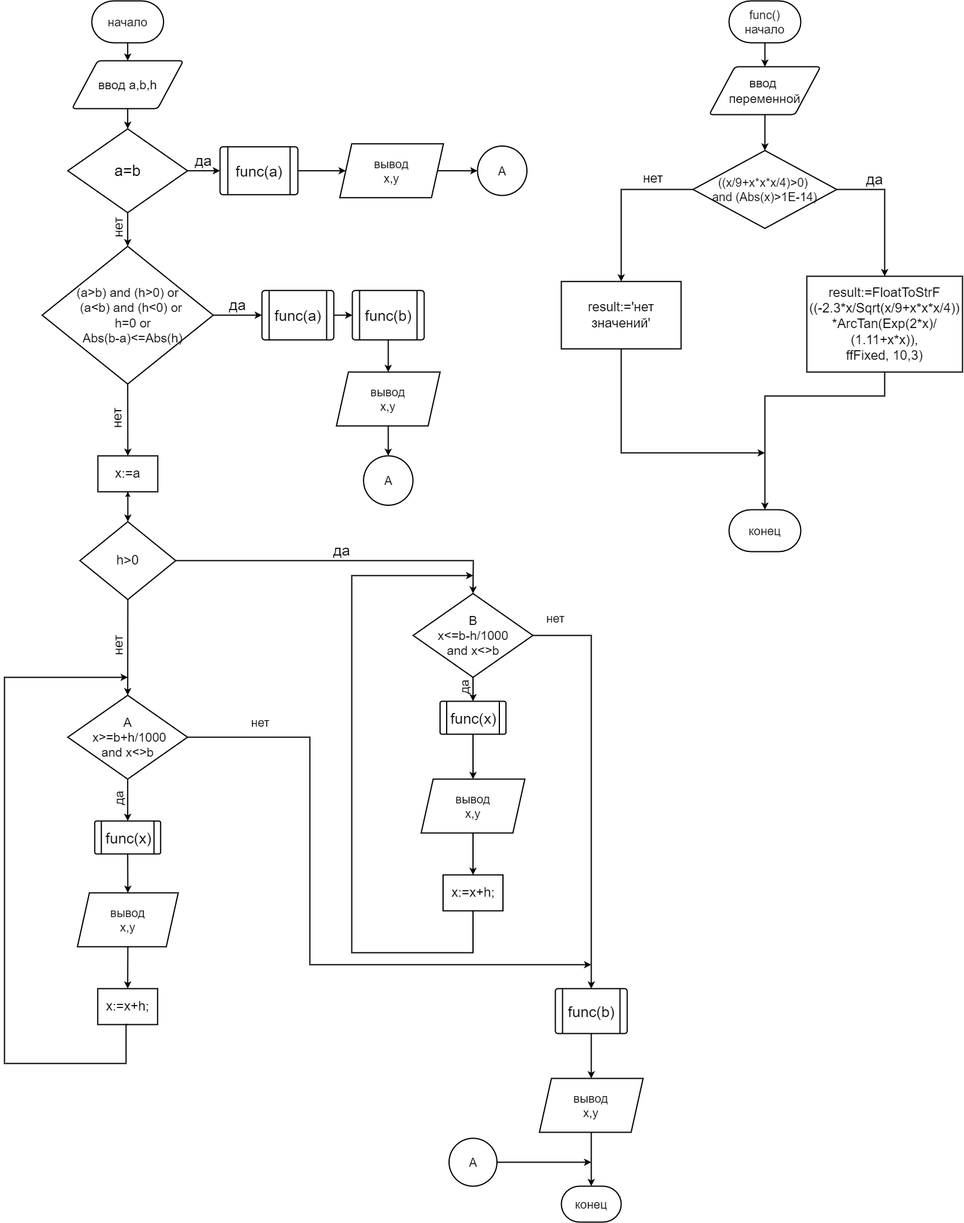
The draw.io diagram lab-1png.drawio.png in MarkOstapchuk/lab-1, before a commit. Source tidied: cells renumbered, new cells last; positions are measured from the earlier drawing's top-left corner, leaving out a move shared by most shapes.
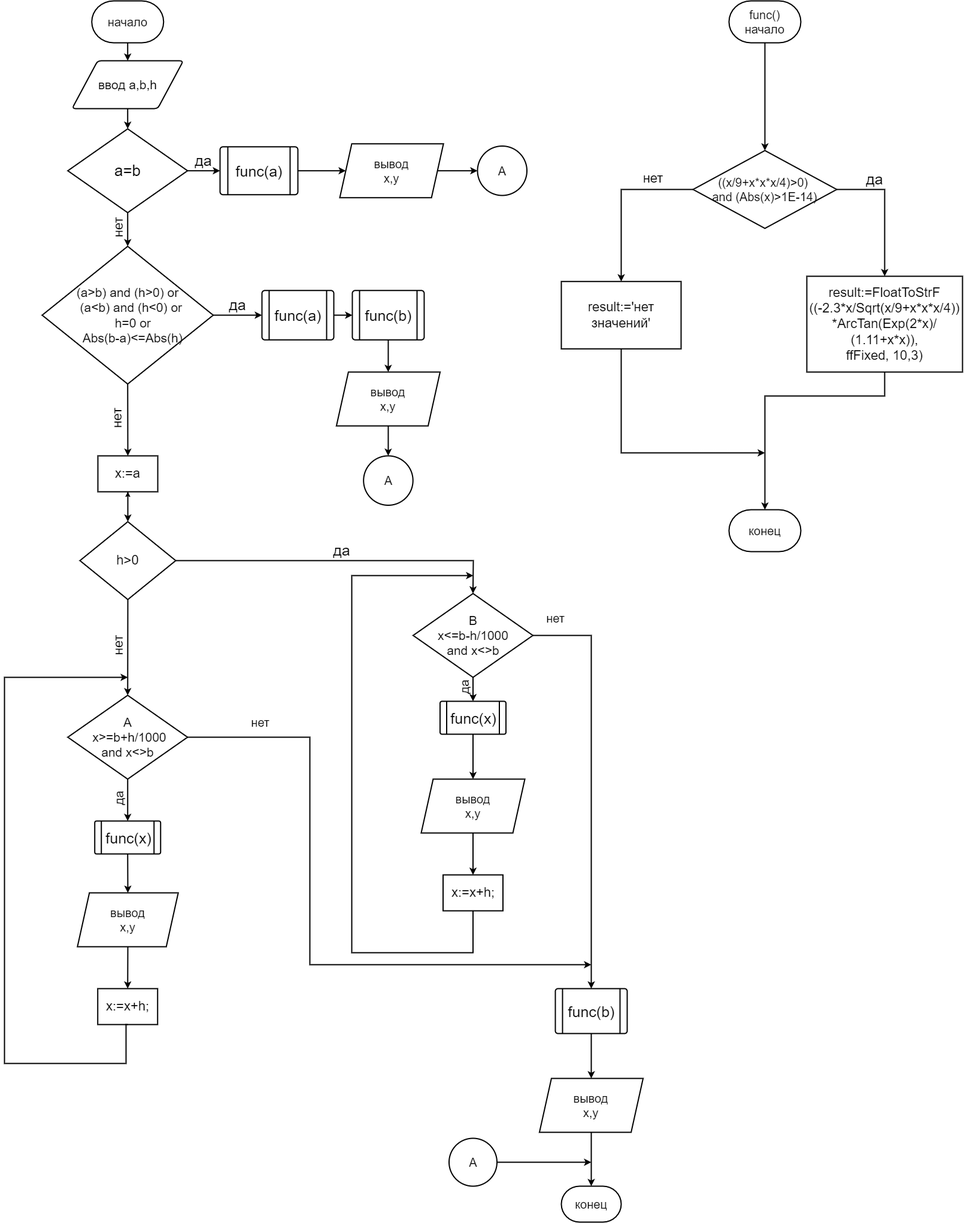
The same diagram one commit later.

Diff of the diagram source:
```diff
@@ -178,15 +178,9 @@
     <mxCell id="52" value="func()&lt;br&gt;начало" style="strokeWidth=2;html=1;shape=mxgraph.flowchart.terminator;whiteSpace=wrap;shadow=0;glass=0;sketch=0;fontSize=20;" parent="1" vertex="1">
       <mxGeometry x="1210" width="120" height="70" as="geometry" />
     </mxCell>
-    <mxCell id="53" style="endArrow=classic;html=1;rounded=0;fontSize=20;exitX=0.5;exitY=1;exitDx=0;exitDy=0;exitPerimeter=0;entryX=0.5;entryY=0;entryDx=0;entryDy=0;strokeWidth=2;" parent="1" edge="1" source="52" target="54">
+    <mxCell id="53" style="endArrow=classic;html=1;rounded=0;fontSize=20;exitX=0.5;exitY=1;exitDx=0;exitDy=0;exitPerimeter=0;entryX=0.5;entryY=0;entryDx=0;entryDy=0;strokeWidth=2;" parent="1" edge="1" source="52" target="56">
       <mxGeometry relative="1" as="geometry" />
     </mxCell>
-    <mxCell id="54" value="ввод &lt;br&gt;переменной" style="shape=parallelogram;html=1;strokeWidth=2;perimeter=parallelogramPerimeter;whiteSpace=wrap;rounded=1;arcSize=12;size=0.23;shadow=0;glass=0;sketch=0;fontSize=21;" parent="1" vertex="1">
-      <mxGeometry x="1177.1" y="110" width="185.8" height="80" as="geometry" />
-    </mxCell>
-    <mxCell id="55" style="endArrow=classic;html=1;rounded=0;fontSize=20;exitX=0.5;exitY=1;exitDx=0;exitDy=0;entryX=0.5;entryY=0;entryDx=0;entryDy=0;strokeWidth=2;" parent="1" edge="1" source="54" target="56">
-      <mxGeometry relative="1" as="geometry" />
-    </mxCell>
     <mxCell id="56" value="((x/9+x*x*x/4)&amp;gt;0) &lt;br&gt;and (Abs(x)&amp;gt;1E-14)" style="rhombus;whiteSpace=wrap;html=1;rounded=0;shadow=0;glass=0;sketch=0;strokeWidth=2;fontSize=20;fillColor=default;" parent="1" vertex="1">
       <mxGeometry x="1150" y="250" width="240" height="130" as="geometry" />
     </mxCell>
```
